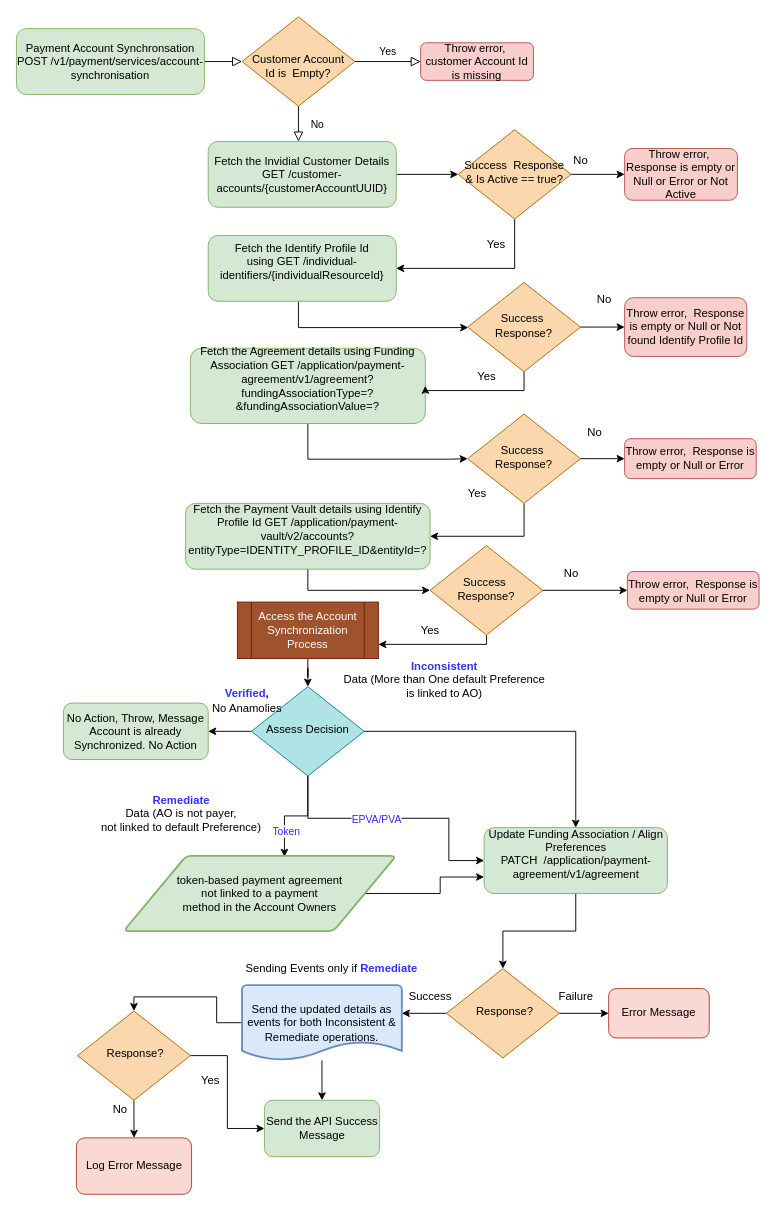
The draw.io diagram paydiagram.drawio in evasanthan/testRestApp, before the edit. Source tidied: cells renumbered, new cells numbered last; positions are measured from the earlier drawing's top-left corner, leaving out a move shared by most shapes. Both pictures are drawn from the tidied source at 94%, with x=0, y=0 at pixel (16, 17).
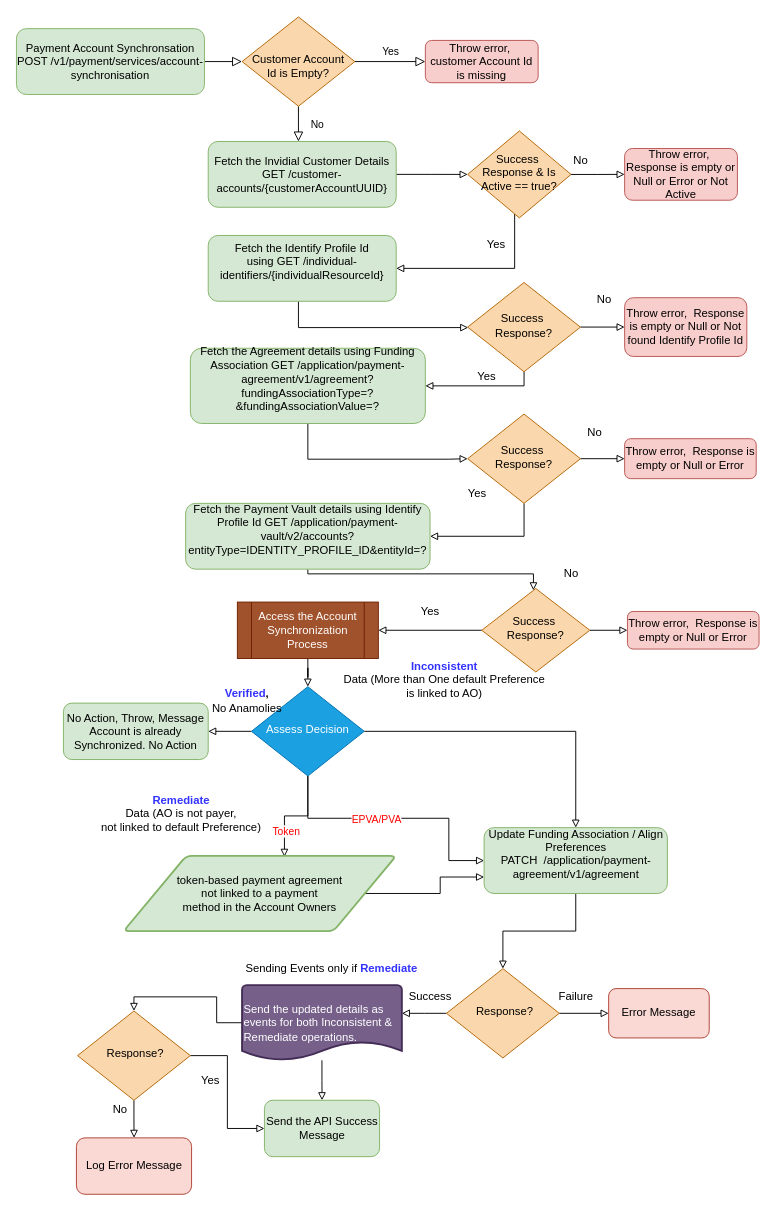
The same page after the edit.

The change refers to these unchanged cells:
```xml
<mxCell id="9" value="Fetch the Invidial Customer Details GET /customer-accounts/{customerAccountUUID}" style="rounded=1;whiteSpace=wrap;html=1;fontSize=12;glass=0;strokeWidth=1;shadow=0;fillColor=#d5e8d4;strokeColor=#82b366;" parent="1" vertex="1">
  <mxGeometry x="204" y="132" width="200" height="70" as="geometry" />
</mxCell>
<mxCell id="11" value="Fetch the Identify Profile Id using&amp;nbsp;&lt;span&gt;GET /individual-identifiers/{individualResourceId}&lt;br&gt;&lt;br&gt;&lt;/span&gt;" style="rounded=1;whiteSpace=wrap;html=1;fontSize=12;glass=0;strokeWidth=1;shadow=0;fillColor=#d5e8d4;strokeColor=#82b366;" parent="1" vertex="1">
  <mxGeometry x="204" y="232" width="200" height="70" as="geometry" />
</mxCell>
<mxCell id="13" value="Fetch the Agreement details using Funding Association&amp;nbsp;&lt;span&gt;GET /application/payment-agreement/v1/agreement?fundingAssociationType=?&amp;amp;fundingAssociationValue=?&lt;/span&gt;&lt;br&gt;&lt;span&gt;&lt;br&gt;&lt;/span&gt;" style="rounded=1;whiteSpace=wrap;html=1;fontSize=12;glass=0;strokeWidth=1;shadow=0;fillColor=#d5e8d4;strokeColor=#82b366;" parent="1" vertex="1">
  <mxGeometry x="185" y="352" width="250" height="80" as="geometry" />
</mxCell>
<mxCell id="15" value="Fetch the Payment Vault details using Identify Profile Id&amp;nbsp;&lt;span&gt;GET /application/payment-vault/v2/accounts?entityType=IDENTITY_PROFILE_ID&amp;amp;entityId=?&lt;br&gt;&lt;br&gt;&lt;/span&gt;" style="rounded=1;whiteSpace=wrap;html=1;fontSize=12;glass=0;strokeWidth=1;shadow=0;fillColor=#d5e8d4;strokeColor=#82b366;" parent="1" vertex="1">
  <mxGeometry x="180" y="517" width="260" height="70" as="geometry" />
</mxCell>
<mxCell id="19" value="Throw error,&amp;nbsp; Response is empty or Null or Error or Not Active" style="rounded=1;whiteSpace=wrap;html=1;fontSize=12;glass=0;strokeWidth=1;shadow=0;fillColor=#f8cecc;strokeColor=#b85450;" parent="1" vertex="1">
  <mxGeometry x="647" y="139.5" width="120" height="55" as="geometry" />
</mxCell>
<mxCell id="24" value="Success&amp;nbsp; Response?" style="rhombus;whiteSpace=wrap;html=1;shadow=0;fontFamily=Helvetica;fontSize=12;align=center;strokeWidth=1;spacing=6;spacingTop=-4;fillColor=#fad7ac;strokeColor=#b46504;" parent="1" vertex="1">
  <mxGeometry x="480" y="282" width="120" height="95" as="geometry" />
</mxCell>
<mxCell id="25" value="Throw error,&amp;nbsp; Response is empty or Null or Not found Identify Profile Id" style="rounded=1;whiteSpace=wrap;html=1;fontSize=12;glass=0;strokeWidth=1;shadow=0;fillColor=#f8cecc;strokeColor=#b85450;" parent="1" vertex="1">
  <mxGeometry x="647" y="298.2" width="130" height="62.5" as="geometry" />
</mxCell>
<mxCell id="30" value="Success&amp;nbsp; Response?" style="rhombus;whiteSpace=wrap;html=1;shadow=0;fontFamily=Helvetica;fontSize=12;align=center;strokeWidth=1;spacing=6;spacingTop=-4;fillColor=#fad7ac;strokeColor=#b46504;" parent="1" vertex="1">
  <mxGeometry x="480" y="422" width="120" height="95" as="geometry" />
</mxCell>
<mxCell id="31" value="Throw error,&amp;nbsp; Response is empty or Null or Error" style="rounded=1;whiteSpace=wrap;html=1;fontSize=12;glass=0;strokeWidth=1;shadow=0;fillColor=#f8cecc;strokeColor=#b85450;" parent="1" vertex="1">
  <mxGeometry x="647" y="448.2" width="140" height="42.5" as="geometry" />
</mxCell>
<mxCell id="35" value="Access the Account Synchronization Process" style="shape=process;whiteSpace=wrap;html=1;backgroundOutline=1;fillColor=#a0522d;strokeColor=#6D1F00;fontColor=#ffffff;" parent="1" vertex="1">
  <mxGeometry x="235" y="622" width="150" height="60" as="geometry" />
</mxCell>
<mxCell id="43" value="No Action, Throw, Message Account is already Synchronized. No Action" style="rounded=1;whiteSpace=wrap;html=1;fillColor=#d5e8d4;strokeColor=#82b366;" parent="1" vertex="1">
  <mxGeometry x="50" y="729.5" width="154" height="60" as="geometry" />
</mxCell>
<mxCell id="47" value="&lt;span&gt;Update Funding Association / Align Preferences&lt;br&gt;PATCH&amp;nbsp; /application/payment-agreement/v1/agreement&lt;br&gt;&lt;br&gt;&lt;/span&gt;" style="rounded=1;whiteSpace=wrap;html=1;fontSize=12;glass=0;strokeWidth=1;shadow=0;fillColor=#d5e8d4;strokeColor=#82b366;" parent="1" vertex="1">
  <mxGeometry x="497.5" y="862" width="195" height="70" as="geometry" />
</mxCell>
<mxCell id="50" value="&amp;nbsp;Response?" style="rhombus;whiteSpace=wrap;html=1;shadow=0;fontFamily=Helvetica;fontSize=12;align=center;strokeWidth=1;spacing=6;spacingTop=-4;fillColor=#fad7ac;strokeColor=#b46504;" parent="1" vertex="1">
  <mxGeometry x="457.5" y="1012" width="120" height="95" as="geometry" />
</mxCell>
<mxCell id="52" value="Error Message" style="rounded=1;whiteSpace=wrap;html=1;fillColor=#fad9d5;strokeColor=#ae4132;" parent="1" vertex="1">
  <mxGeometry x="630" y="1033.2" width="107" height="52.5" as="geometry" />
</mxCell>
<mxCell id="58" value="&lt;span&gt;Send the API Success Message&lt;br&gt;&lt;/span&gt;" style="rounded=1;whiteSpace=wrap;html=1;fontSize=12;glass=0;strokeWidth=1;shadow=0;fillColor=#d5e8d4;strokeColor=#82b366;" parent="1" vertex="1">
  <mxGeometry x="263.8" y="1152" width="122.5" height="60" as="geometry" />
</mxCell>
<mxCell id="67" value="token-based payment agreement&lt;br&gt;not linked to a payment&lt;br&gt;method in the Account Owners" style="shape=parallelogram;html=1;strokeWidth=2;perimeter=parallelogramPerimeter;whiteSpace=wrap;rounded=1;arcSize=12;size=0.23;fillColor=#d5e8d4;strokeColor=#82b366;" parent="1" vertex="1">
  <mxGeometry x="114" y="892" width="290" height="80" as="geometry" />
</mxCell>
<mxCell id="70" value="&amp;nbsp;Response?" style="rhombus;whiteSpace=wrap;html=1;shadow=0;fontFamily=Helvetica;fontSize=12;align=center;strokeWidth=1;spacing=6;spacingTop=-4;fillColor=#fad7ac;strokeColor=#b46504;" parent="1" vertex="1">
  <mxGeometry x="65" y="1057" width="120" height="95" as="geometry" />
</mxCell>
<mxCell id="71" value="&lt;span&gt;Log Error Message&lt;br&gt;&lt;/span&gt;" style="rounded=1;whiteSpace=wrap;html=1;fontSize=12;glass=0;strokeWidth=1;shadow=0;fillColor=#fad9d5;strokeColor=#ae4132;" parent="1" vertex="1">
  <mxGeometry x="63.8" y="1192" width="122.5" height="60" as="geometry" />
</mxCell>
```

Change to the diagram source:
```diff
@@
-    <mxCell id="6" value="&lt;br&gt;Customer Account Id is&amp;nbsp; Empty?" style="rhombus;whiteSpace=wrap;html=1;shadow=0;fontFamily=Helvetica;fontSize=12;align=center;strokeWidth=1;spacing=6;spacingTop=-4;fillColor=#fad7ac;strokeColor=#b46504;" parent="1" vertex="1">
+    <mxCell id="6" value="&lt;br&gt;Customer Account Id is Empty?" style="rhombus;whiteSpace=wrap;html=1;shadow=0;fontFamily=Helvetica;fontSize=12;align=center;strokeWidth=1;spacing=6;spacingTop=-4;fillColor=#fad7ac;strokeColor=#b46504;" parent="1" vertex="1">
       <mxGeometry x="240" y="-0.5" width="120" height="95" as="geometry" />
     </mxCell>
     <mxCell id="7" value="Throw error,&amp;nbsp; customer Account Id is missing" style="rounded=1;whiteSpace=wrap;html=1;fontSize=12;glass=0;strokeWidth=1;shadow=0;fillColor=#f8cecc;strokeColor=#b85450;" parent="1" vertex="1">
-      <mxGeometry x="430" y="27" width="120" height="40" as="geometry" />
+      <mxGeometry x="435" y="24.5" width="120" height="45" as="geometry" />
     </mxCell>
-    <mxCell id="8" style="edgeStyle=orthogonalEdgeStyle;rounded=0;jettySize=auto;html=1;entryX=0;entryY=0.5;entryDx=0;entryDy=0;" parent="1" edge="1" source="9" target="18">
+    <mxCell id="8" style="edgeStyle=orthogonalEdgeStyle;rounded=0;jettySize=auto;html=1;entryX=0;entryY=0.5;entryDx=0;entryDy=0;endArrow=block;endFill=0;" parent="1" edge="1" source="9" target="18">
       <mxGeometry relative="1" as="geometry" />
     </mxCell>
@@
-    <mxCell id="10" style="edgeStyle=orthogonalEdgeStyle;rounded=0;jettySize=auto;html=1;" parent="1" edge="1" source="11" target="24">
+    <mxCell id="10" style="edgeStyle=orthogonalEdgeStyle;rounded=0;jettySize=auto;html=1;endArrow=block;endFill=0;" parent="1" edge="1" source="11" target="24">
       <mxGeometry relative="1" as="geometry">
         <Array as="points">
           <mxPoint x="300" y="330" />
         </Array>
       </mxGeometry>
     </mxCell>
@@
-    <mxCell id="12" style="edgeStyle=orthogonalEdgeStyle;rounded=0;jettySize=auto;html=1;entryX=0;entryY=0.5;entryDx=0;entryDy=0;" parent="1" edge="1" source="13" target="30">
+    <mxCell id="12" style="edgeStyle=orthogonalEdgeStyle;rounded=0;jettySize=auto;html=1;entryX=0;entryY=0.5;entryDx=0;entryDy=0;endArrow=block;endFill=0;" parent="1" edge="1" source="13" target="30">
       <mxGeometry relative="1" as="geometry">
         <Array as="points">
           <mxPoint x="310" y="470" />
           <mxPoint x="460" y="470" />
         </Array>
       </mxGeometry>
     </mxCell>
@@
-    <mxCell id="14" style="edgeStyle=orthogonalEdgeStyle;rounded=0;jettySize=auto;html=1;entryX=0;entryY=0.5;entryDx=0;entryDy=0;" parent="1" edge="1" source="15" target="61">
-      <mxGeometry relative="1" as="geometry" />
+    <mxCell id="14" style="edgeStyle=orthogonalEdgeStyle;rounded=0;jettySize=auto;html=1;endArrow=block;endFill=0;" parent="1" edge="1" source="15" target="61">
+      <mxGeometry relative="1" as="geometry">
+        <Array as="points">
+          <mxPoint x="310" y="592" />
+          <mxPoint x="550" y="592" />
+        </Array>
+      </mxGeometry>
     </mxCell>
@@
-    <mxCell id="16" style="edgeStyle=orthogonalEdgeStyle;rounded=0;jettySize=auto;html=1;entryX=1;entryY=0.5;entryDx=0;entryDy=0;" parent="1" edge="1" source="18" target="11">
+    <mxCell id="16" style="edgeStyle=orthogonalEdgeStyle;rounded=0;jettySize=auto;html=1;entryX=1;entryY=0.5;entryDx=0;entryDy=0;endArrow=block;endFill=0;" parent="1" edge="1" source="18" target="11">
       <mxGeometry relative="1" as="geometry">
         <Array as="points">
           <mxPoint x="530" y="267" />
         </Array>
       </mxGeometry>
     </mxCell>
-    <mxCell id="17" style="edgeStyle=orthogonalEdgeStyle;rounded=0;jettySize=auto;html=1;entryX=0;entryY=0.5;entryDx=0;entryDy=0;" parent="1" edge="1" source="18" target="19">
+    <mxCell id="17" style="edgeStyle=orthogonalEdgeStyle;rounded=0;jettySize=auto;html=1;entryX=0;entryY=0.5;entryDx=0;entryDy=0;endArrow=block;endFill=0;" parent="1" edge="1" source="18" target="19">
       <mxGeometry relative="1" as="geometry" />
     </mxCell>
     <mxCell id="18" value="Success&amp;nbsp; Response &amp;amp; Is Active == true?" style="rhombus;whiteSpace=wrap;html=1;shadow=0;fontFamily=Helvetica;fontSize=12;align=center;strokeWidth=1;spacing=6;spacingTop=-4;fillColor=#fad7ac;strokeColor=#b46504;" parent="1" vertex="1">
-      <mxGeometry x="470" y="119.5" width="120" height="95" as="geometry" />
+      <mxGeometry x="480" y="120.8" width="110" height="92.5" as="geometry" />
     </mxCell>
@@
-    <mxCell id="22" style="edgeStyle=orthogonalEdgeStyle;rounded=0;jettySize=auto;html=1;entryX=0;entryY=0.5;entryDx=0;entryDy=0;" parent="1" edge="1" source="24" target="25">
+    <mxCell id="22" style="edgeStyle=orthogonalEdgeStyle;rounded=0;jettySize=auto;html=1;entryX=0;entryY=0.5;entryDx=0;entryDy=0;endArrow=block;endFill=0;" parent="1" edge="1" source="24" target="25">
       <mxGeometry relative="1" as="geometry" />
     </mxCell>
-    <mxCell id="23" style="edgeStyle=orthogonalEdgeStyle;rounded=0;jettySize=auto;html=1;entryX=1;entryY=0.5;entryDx=0;entryDy=0;" parent="1" edge="1" source="24" target="13">
+    <mxCell id="23" style="edgeStyle=orthogonalEdgeStyle;rounded=0;jettySize=auto;html=1;startArrow=none;startFill=0;endArrow=block;endFill=0;" parent="1" edge="1" source="24" target="13">
       <mxGeometry relative="1" as="geometry">
         <Array as="points">
-          <mxPoint x="540" y="397" />
+          <mxPoint x="540" y="392" />
         </Array>
       </mxGeometry>
     </mxCell>
@@
-    <mxCell id="28" style="edgeStyle=orthogonalEdgeStyle;rounded=0;jettySize=auto;html=1;entryX=0;entryY=0.5;entryDx=0;entryDy=0;" parent="1" edge="1" source="30" target="31">
+    <mxCell id="28" style="edgeStyle=orthogonalEdgeStyle;rounded=0;jettySize=auto;html=1;entryX=0;entryY=0.5;entryDx=0;entryDy=0;endArrow=block;endFill=0;" parent="1" edge="1" source="30" target="31">
       <mxGeometry relative="1" as="geometry" />
     </mxCell>
-    <mxCell id="29" style="edgeStyle=orthogonalEdgeStyle;rounded=0;jettySize=auto;html=1;entryX=1;entryY=0.5;entryDx=0;entryDy=0;" parent="1" edge="1" source="30" target="15">
+    <mxCell id="29" style="edgeStyle=orthogonalEdgeStyle;rounded=0;jettySize=auto;html=1;entryX=1;entryY=0.5;entryDx=0;entryDy=0;endArrow=block;endFill=0;" parent="1" edge="1" source="30" target="15">
       <mxGeometry relative="1" as="geometry">
         <Array as="points">
           <mxPoint x="540" y="552" />
         </Array>
       </mxGeometry>
     </mxCell>
@@
-    <mxCell id="34" style="edgeStyle=orthogonalEdgeStyle;rounded=0;jettySize=auto;html=1;entryX=0.5;entryY=0;entryDx=0;entryDy=0;" parent="1" edge="1" source="35" target="42">
+    <mxCell id="34" style="edgeStyle=orthogonalEdgeStyle;rounded=0;jettySize=auto;html=1;entryX=0.5;entryY=0;entryDx=0;entryDy=0;endArrow=block;endFill=0;" parent="1" edge="1" source="35" target="42">
       <mxGeometry relative="1" as="geometry" />
     </mxCell>
@@
-    <mxCell id="36" style="edgeStyle=orthogonalEdgeStyle;rounded=0;jettySize=auto;html=1;" parent="1" edge="1" source="42" target="43">
+    <mxCell id="36" style="edgeStyle=orthogonalEdgeStyle;rounded=0;jettySize=auto;html=1;endArrow=block;endFill=0;" parent="1" edge="1" source="42" target="43">
       <mxGeometry relative="1" as="geometry" />
     </mxCell>
-    <mxCell id="37" style="edgeStyle=orthogonalEdgeStyle;rounded=0;jettySize=auto;html=1;entryX=0.5;entryY=0;entryDx=0;entryDy=0;" parent="1" edge="1" source="42" target="47">
+    <mxCell id="37" style="edgeStyle=orthogonalEdgeStyle;rounded=0;jettySize=auto;html=1;entryX=0.5;entryY=0;entryDx=0;entryDy=0;endArrow=block;endFill=0;" parent="1" edge="1" source="42" target="47">
       <mxGeometry relative="1" as="geometry" />
     </mxCell>
-    <mxCell id="38" style="edgeStyle=orthogonalEdgeStyle;rounded=0;jettySize=auto;html=1;entryX=0.59;entryY=0.013;entryDx=0;entryDy=0;entryPerimeter=0;" parent="1" edge="1" source="42" target="67">
+    <mxCell id="38" style="edgeStyle=orthogonalEdgeStyle;rounded=0;jettySize=auto;html=1;entryX=0.59;entryY=0.013;entryDx=0;entryDy=0;entryPerimeter=0;endArrow=block;endFill=0;" parent="1" edge="1" source="42" target="67">
       <mxGeometry relative="1" as="geometry" />
     </mxCell>
-    <mxCell id="39" value="&lt;font color=&quot;#3a24ff&quot;&gt;Token&lt;/font&gt;" style="edgeLabel;html=1;align=center;verticalAlign=middle;" parent="38" vertex="1">
+    <mxCell id="39" value="&lt;font color=&quot;#ff0000&quot;&gt;Token&lt;/font&gt;" style="edgeLabel;html=1;align=center;verticalAlign=middle;" parent="38" vertex="1">
       <mxGeometry x="0.49" y="1" relative="1" as="geometry" />
     </mxCell>
-    <mxCell id="40" style="edgeStyle=orthogonalEdgeStyle;rounded=0;jettySize=auto;html=1;entryX=0;entryY=0.5;entryDx=0;entryDy=0;" parent="1" edge="1" source="42" target="47">
+    <mxCell id="40" style="edgeStyle=orthogonalEdgeStyle;rounded=0;jettySize=auto;html=1;entryX=0;entryY=0.5;entryDx=0;entryDy=0;endArrow=block;endFill=0;" parent="1" edge="1" source="42" target="47">
       <mxGeometry relative="1" as="geometry">
         <Array as="points">
           <mxPoint x="310" y="852" />
           <mxPoint x="460" y="852" />
           <mxPoint x="460" y="897" />
         </Array>
       </mxGeometry>
     </mxCell>
-    <mxCell id="41" value="&lt;font color=&quot;#3a24ff&quot;&gt;EPVA/PVA&lt;/font&gt;" style="edgeLabel;html=1;align=center;verticalAlign=middle;" parent="40" vertex="1">
+    <mxCell id="41" value="&lt;font color=&quot;#ff0000&quot;&gt;EPVA/PVA&lt;/font&gt;" style="edgeLabel;html=1;align=center;verticalAlign=middle;" parent="40" vertex="1">
       <mxGeometry x="-0.16" y="-1" relative="1" as="geometry" />
     </mxCell>
-    <mxCell id="42" value="Assess Decision" style="rhombus;whiteSpace=wrap;html=1;shadow=0;fontFamily=Helvetica;fontSize=12;align=center;strokeWidth=1;spacing=6;spacingTop=-4;fillColor=#b0e3e6;strokeColor=#0e8088;" parent="1" vertex="1">
+    <mxCell id="42" value="Assess Decision" style="rhombus;whiteSpace=wrap;html=1;shadow=0;fontFamily=Helvetica;fontSize=12;align=center;strokeWidth=1;spacing=6;spacingTop=-4;fillColor=#1ba1e2;strokeColor=#006EAF;fontColor=#ffffff;" parent="1" vertex="1">
       <mxGeometry x="250" y="712" width="120" height="95" as="geometry" />
     </mxCell>
@@
-    <mxCell id="46" style="edgeStyle=orthogonalEdgeStyle;rounded=0;jettySize=auto;html=1;entryX=0.5;entryY=0;entryDx=0;entryDy=0;" parent="1" edge="1" source="47" target="50">
+    <mxCell id="46" style="edgeStyle=orthogonalEdgeStyle;rounded=0;jettySize=auto;html=1;entryX=0.5;entryY=0;entryDx=0;entryDy=0;endArrow=block;endFill=0;" parent="1" edge="1" source="47" target="50">
       <mxGeometry relative="1" as="geometry" />
     </mxCell>
@@
-    <mxCell id="48" style="edgeStyle=orthogonalEdgeStyle;rounded=0;jettySize=auto;html=1;entryX=1;entryY=0.5;entryDx=0;entryDy=0;" parent="1" edge="1" source="50">
+    <mxCell id="48" style="edgeStyle=orthogonalEdgeStyle;rounded=0;jettySize=auto;html=1;entryX=1;entryY=0.5;entryDx=0;entryDy=0;endArrow=block;endFill=0;" parent="1" edge="1" source="50">
       <mxGeometry relative="1" as="geometry">
         <mxPoint x="410" y="1059.5" as="targetPoint" />
       </mxGeometry>
     </mxCell>
-    <mxCell id="49" style="edgeStyle=orthogonalEdgeStyle;rounded=0;jettySize=auto;html=1;" parent="1" edge="1" source="50" target="52">
+    <mxCell id="49" style="edgeStyle=orthogonalEdgeStyle;rounded=0;jettySize=auto;html=1;endArrow=block;endFill=0;" parent="1" edge="1" source="50" target="52">
       <mxGeometry relative="1" as="geometry" />
     </mxCell>
@@
-    <mxCell id="55" style="edgeStyle=orthogonalEdgeStyle;rounded=0;jettySize=auto;html=1;" parent="1" edge="1" source="57" target="58">
+    <mxCell id="55" style="edgeStyle=orthogonalEdgeStyle;rounded=0;jettySize=auto;html=1;endArrow=block;endFill=0;" parent="1" edge="1" source="57" target="58">
       <mxGeometry relative="1" as="geometry" />
     </mxCell>
-    <mxCell id="56" style="edgeStyle=orthogonalEdgeStyle;rounded=0;jettySize=auto;html=1;entryX=0.5;entryY=0;entryDx=0;entryDy=0;" parent="1" edge="1" source="57" target="70">
+    <mxCell id="56" style="edgeStyle=orthogonalEdgeStyle;rounded=0;jettySize=auto;html=1;entryX=0.5;entryY=0;entryDx=0;entryDy=0;endArrow=block;endFill=0;" parent="1" edge="1" source="57" target="70">
       <mxGeometry relative="1" as="geometry">
         <Array as="points">
           <mxPoint x="213" y="1070" />
           <mxPoint x="213" y="1042" />
           <mxPoint x="125" y="1042" />
         </Array>
       </mxGeometry>
     </mxCell>
-    <mxCell id="57" value="&lt;span&gt;Send the updated details as events for both Inconsistent &amp;amp; Remediate operations.&lt;/span&gt;" style="strokeWidth=2;html=1;shape=mxgraph.flowchart.document2;whiteSpace=wrap;size=0.25;fillColor=#dae8fc;strokeColor=#6c8ebf;" parent="1" vertex="1">
+    <mxCell id="57" value="&lt;span&gt;Send the updated details as events for both Inconsistent &amp;amp; Remediate operations.&lt;/span&gt;" style="strokeWidth=2;html=1;shape=mxgraph.flowchart.document2;whiteSpace=wrap;size=0.25;fillColor=#76608a;strokeColor=#432D57;fontColor=#ffffff;align=left;" parent="1" vertex="1">
       <mxGeometry x="240" y="1029.5" width="170" height="80" as="geometry" />
     </mxCell>
@@
+    <mxCell id="60" style="edgeStyle=orthogonalEdgeStyle;rounded=0;jettySize=auto;html=1;entryX=0;entryY=0.5;entryDx=0;entryDy=0;endArrow=block;endFill=0;" parent="1" edge="1" source="61" target="63">
+      <mxGeometry relative="1" as="geometry" />
+    </mxCell>
-    <mxCell id="59" style="edgeStyle=orthogonalEdgeStyle;rounded=0;jettySize=auto;html=1;entryX=1;entryY=0.75;entryDx=0;entryDy=0;" parent="1" edge="1" source="61" target="35">
-      <mxGeometry relative="1" as="geometry">
-        <Array as="points">
-          <mxPoint x="500" y="667" />
-        </Array>
-      </mxGeometry>
+    <mxCell id="59" style="edgeStyle=orthogonalEdgeStyle;rounded=0;jettySize=auto;html=1;entryX=1;entryY=0.5;entryDx=0;entryDy=0;endArrow=block;endFill=0;" parent="1" edge="1" source="61" target="35">
+      <mxGeometry relative="1" as="geometry" />
     </mxCell>
-    <mxCell id="60" style="edgeStyle=orthogonalEdgeStyle;rounded=0;jettySize=auto;html=1;entryX=0;entryY=0.5;entryDx=0;entryDy=0;" parent="1" edge="1" source="61" target="63">
-      <mxGeometry relative="1" as="geometry" />
-    </mxCell>
     <mxCell id="61" value="Success&amp;nbsp; Response?" style="rhombus;whiteSpace=wrap;html=1;shadow=0;fontFamily=Helvetica;fontSize=12;align=center;strokeWidth=1;spacing=6;spacingTop=-4;fillColor=#fad7ac;strokeColor=#b46504;" parent="1" vertex="1">
-      <mxGeometry x="440" y="562" width="120" height="95" as="geometry" />
+      <mxGeometry x="495" y="607.6" width="115" height="88.8" as="geometry" />
     </mxCell>
     <mxCell id="62" value="Yes" style="text;html=1;align=center;verticalAlign=middle;strokeColor=none;" parent="1" vertex="1">
-      <mxGeometry x="420" y="642" width="40" height="20" as="geometry" />
+      <mxGeometry x="420" y="622" width="40" height="20" as="geometry" />
     </mxCell>
     <mxCell id="63" value="Throw error,&amp;nbsp; Response is empty or Null or Error" style="rounded=1;whiteSpace=wrap;html=1;fontSize=12;glass=0;strokeWidth=1;shadow=0;fillColor=#f8cecc;strokeColor=#b85450;" parent="1" vertex="1">
-      <mxGeometry x="650" y="589.5" width="140" height="40" as="geometry" />
+      <mxGeometry x="650" y="632" width="140" height="40" as="geometry" />
     </mxCell>
@@
-    <mxCell id="66" style="edgeStyle=orthogonalEdgeStyle;rounded=0;jettySize=auto;html=1;entryX=0;entryY=0.75;entryDx=0;entryDy=0;" parent="1" edge="1" source="67" target="47">
+    <mxCell id="66" style="edgeStyle=orthogonalEdgeStyle;rounded=0;jettySize=auto;html=1;entryX=0;entryY=0.75;entryDx=0;entryDy=0;endArrow=block;endFill=0;" parent="1" edge="1" source="67" target="47">
       <mxGeometry relative="1" as="geometry" />
     </mxCell>
@@
-    <mxCell id="68" style="edgeStyle=orthogonalEdgeStyle;rounded=0;jettySize=auto;html=1;entryX=0;entryY=0.5;entryDx=0;entryDy=0;" parent="1" edge="1" source="70" target="58">
+    <mxCell id="68" style="edgeStyle=orthogonalEdgeStyle;rounded=0;jettySize=auto;html=1;entryX=0;entryY=0.5;entryDx=0;entryDy=0;endArrow=block;endFill=0;" parent="1" edge="1" source="70" target="58">
       <mxGeometry relative="1" as="geometry" />
     </mxCell>
-    <mxCell id="69" style="edgeStyle=orthogonalEdgeStyle;rounded=0;jettySize=auto;html=1;" parent="1" edge="1" source="70" target="71">
+    <mxCell id="69" style="edgeStyle=orthogonalEdgeStyle;rounded=0;jettySize=auto;html=1;endArrow=block;endFill=0;" parent="1" edge="1" source="70" target="71">
       <mxGeometry relative="1" as="geometry" />
     </mxCell>
```
